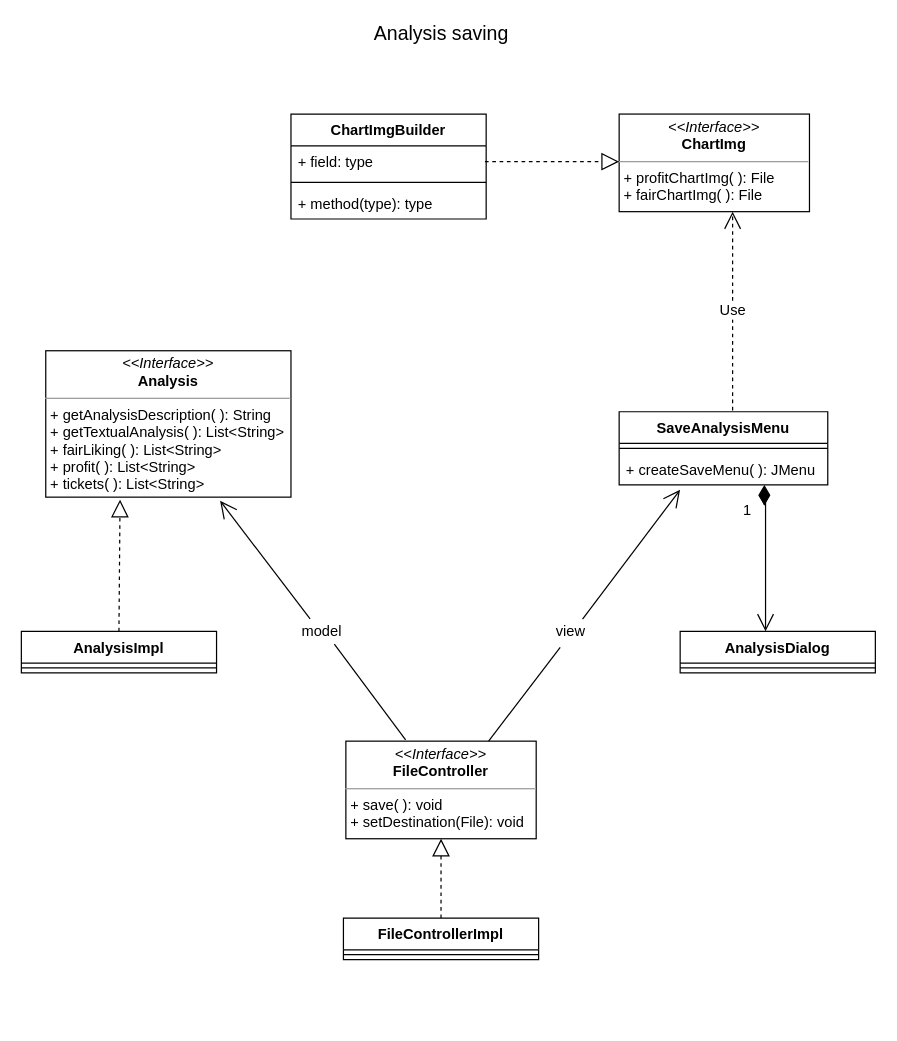
Above: page "Page-7" (7 of 7) of Untitled Diagram.drawio in metaphori/students-oop20-liveLand (draw.io), before the change. Source tidied: cells renumbered, new cells numbered last; positions are measured from the earlier drawing's top-left corner, leaving out a move shared by most shapes. Both pictures are drawn from the tidied source at 122%, with x=0, y=0 at pixel (21, 21).
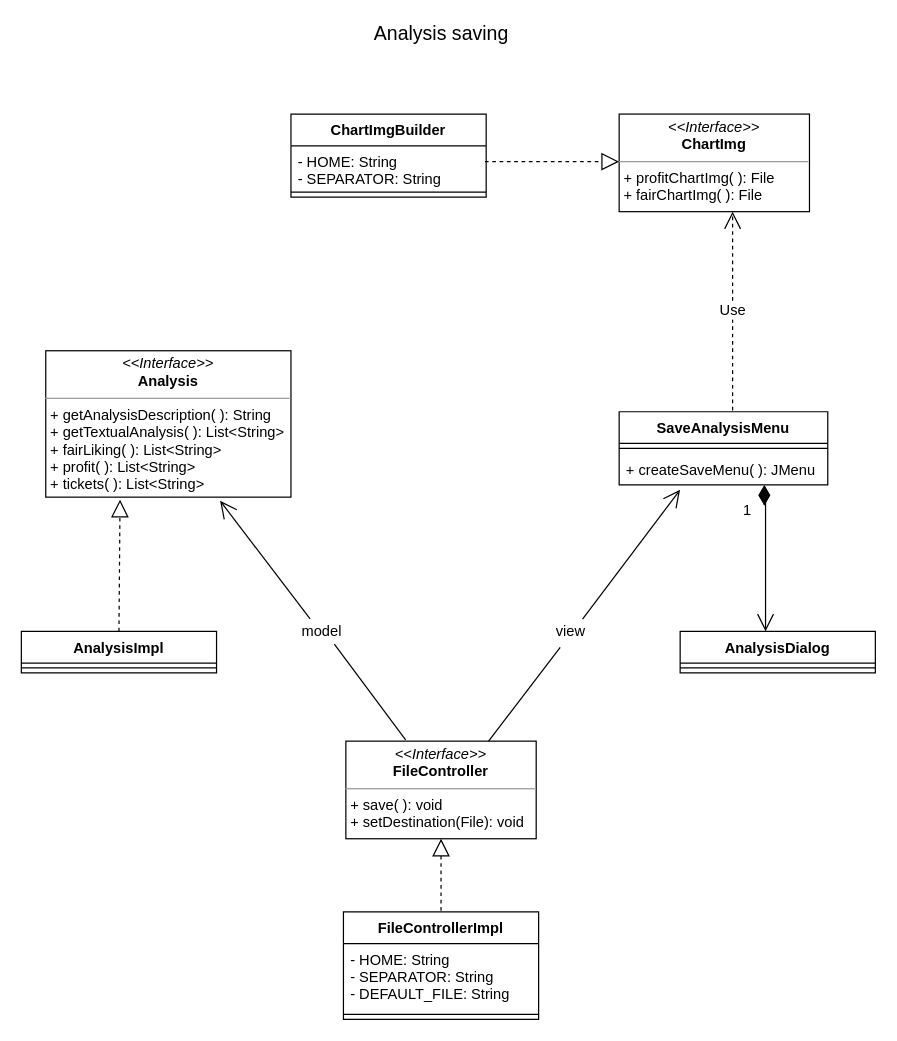
The same page after the edit.

Unchanged cells that the change refers to:
```xml
<mxCell id="3" value="&lt;p style=&quot;margin: 0px ; margin-top: 4px ; text-align: center&quot;&gt;&lt;i&gt;&amp;lt;&amp;lt;Interface&amp;gt;&amp;gt;&lt;/i&gt;&lt;br&gt;&lt;b&gt;FileController&lt;/b&gt;&lt;/p&gt;&lt;hr size=&quot;1&quot;&gt;&lt;p style=&quot;margin: 0px ; margin-left: 4px&quot;&gt;+ save( ): void&lt;/p&gt;&lt;p style=&quot;margin: 0px ; margin-left: 4px&quot;&gt;+ setDestination(File): void&lt;/p&gt;&lt;p style=&quot;margin: 0px ; margin-left: 4px&quot;&gt;&lt;br&gt;&lt;/p&gt;" style="verticalAlign=top;align=left;overflow=fill;fontSize=12;fontFamily=Helvetica;html=1;" parent="1" vertex="1">
  <mxGeometry x="266" y="590" width="156" height="80" as="geometry" />
</mxCell>
```

What changed in the source:
```diff
@@
-    <mxCell id="4" value="FileControllerImpl" style="swimlane;fontStyle=1;align=center;verticalAlign=top;horizontal=1;startSize=26;fontSize=12;" parent="1" vertex="1">
-      <mxGeometry x="264" y="735" width="160" height="34" as="geometry" />
-    </mxCell>
-    <mxCell id="5" style="line;strokeWidth=1;fillColor=none;align=left;verticalAlign=middle;spacingTop=-1;spacingLeft=3;spacingRight=3;labelPosition=right;fontSize=16;" parent="4" vertex="1">
-      <mxGeometry y="26" width="160" height="8" as="geometry" />
-    </mxCell>
@@
     <mxCell id="12" value="ChartImgBuilder" style="swimlane;fontStyle=1;align=center;verticalAlign=top;horizontal=1;startSize=26;fontSize=12;" parent="1" vertex="1">
-      <mxGeometry x="221" y="76" width="160" height="86" as="geometry" />
+      <mxGeometry x="221" y="76" width="160" height="68" as="geometry" />
     </mxCell>
-    <mxCell id="13" value="+ field: type" style="text;strokeColor=none;fillColor=none;align=left;verticalAlign=top;spacingLeft=4;spacingRight=4;overflow=hidden;fontSize=12;" parent="12" vertex="1">
-      <mxGeometry y="26" width="160" height="26" as="geometry" />
+    <mxCell id="13" value="- HOME: String&#10;- SEPARATOR: String" style="text;strokeColor=none;fillColor=none;align=left;verticalAlign=top;spacingLeft=4;spacingRight=4;overflow=hidden;fontSize=12;" parent="12" vertex="1">
+      <mxGeometry y="26" width="160" height="34" as="geometry" />
     </mxCell>
     <mxCell id="14" style="line;strokeWidth=1;fillColor=none;align=left;verticalAlign=middle;spacingTop=-1;spacingLeft=3;spacingRight=3;labelPosition=right;fontSize=12;" parent="12" vertex="1">
-      <mxGeometry y="52" width="160" height="8" as="geometry" />
+      <mxGeometry y="60" width="160" height="8" as="geometry" />
     </mxCell>
-    <mxCell id="15" value="+ method(type): type" style="text;strokeColor=none;fillColor=none;align=left;verticalAlign=top;spacingLeft=4;spacingRight=4;overflow=hidden;fontSize=12;" parent="12" vertex="1">
-      <mxGeometry y="60" width="160" height="26" as="geometry" />
-    </mxCell>
@@
-    <mxCell id="23" style="endArrow=block;dashed=1;endFill=0;endSize=12;html=1;rounded=0;fontSize=12;exitX=0.5;exitY=0;exitDx=0;exitDy=0;entryX=0.5;entryY=1;entryDx=0;entryDy=0;" parent="1" edge="1" source="4" target="3">
-      <mxGeometry relative="1" as="geometry" />
+    <mxCell id="23" style="endArrow=block;dashed=1;endFill=0;endSize=12;html=1;rounded=0;fontSize=12;exitX=0.5;exitY=0;exitDx=0;exitDy=0;entryX=0.5;entryY=1;entryDx=0;entryDy=0;" parent="1" edge="1" target="3">
+      <mxGeometry relative="1" as="geometry">
+        <mxPoint x="344" y="735" as="sourcePoint" />
+      </mxGeometry>
     </mxCell>
@@
+    <mxCell id="4" value="FileControllerImpl" style="swimlane;fontStyle=1;align=center;verticalAlign=top;horizontal=1;startSize=26;fontSize=12;" parent="1" vertex="1">
+      <mxGeometry x="264" y="730" width="160" height="88" as="geometry" />
+    </mxCell>
+    <mxCell id="30" value="- HOME: String&#10;- SEPARATOR: String&#10;- DEFAULT_FILE: String" style="text;strokeColor=none;fillColor=none;align=left;verticalAlign=top;spacingLeft=4;spacingRight=4;overflow=hidden;fontSize=12;" parent="4" vertex="1">
+      <mxGeometry y="26" width="160" height="54" as="geometry" />
+    </mxCell>
+    <mxCell id="31" style="line;strokeWidth=1;fillColor=none;align=left;verticalAlign=middle;spacingTop=-1;spacingLeft=3;spacingRight=3;labelPosition=right;fontSize=12;" parent="4" vertex="1">
+      <mxGeometry y="80" width="160" height="8" as="geometry" />
+    </mxCell>
```
